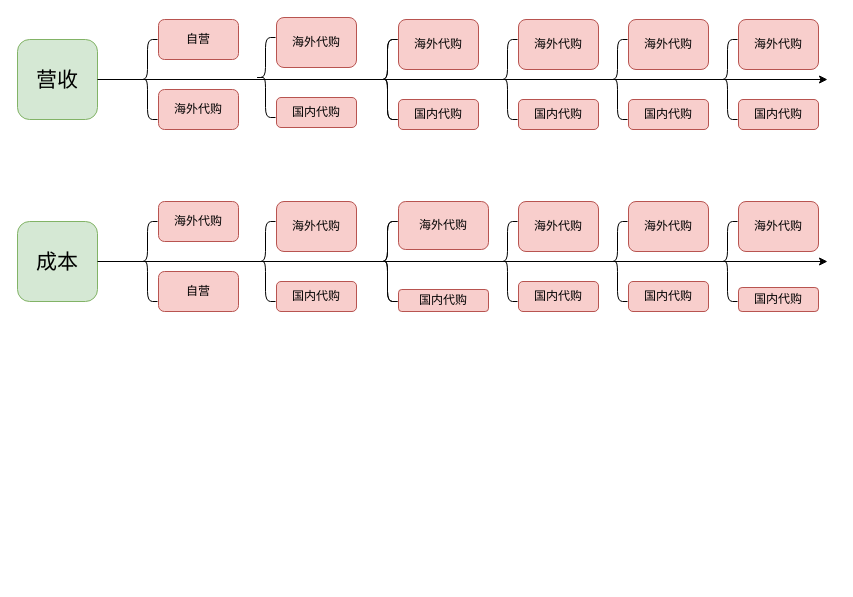
The draw.io diagram 3个指标变化.drawio in pidada/drawio-peter, before the edit. Source tidied: cells renumbered, new cells numbered last; positions are measured from the earlier drawing's top-left corner, leaving out a move shared by most shapes. Both pictures are drawn from the tidied source at 100%, with x=0, y=0 at pixel (17, 17).
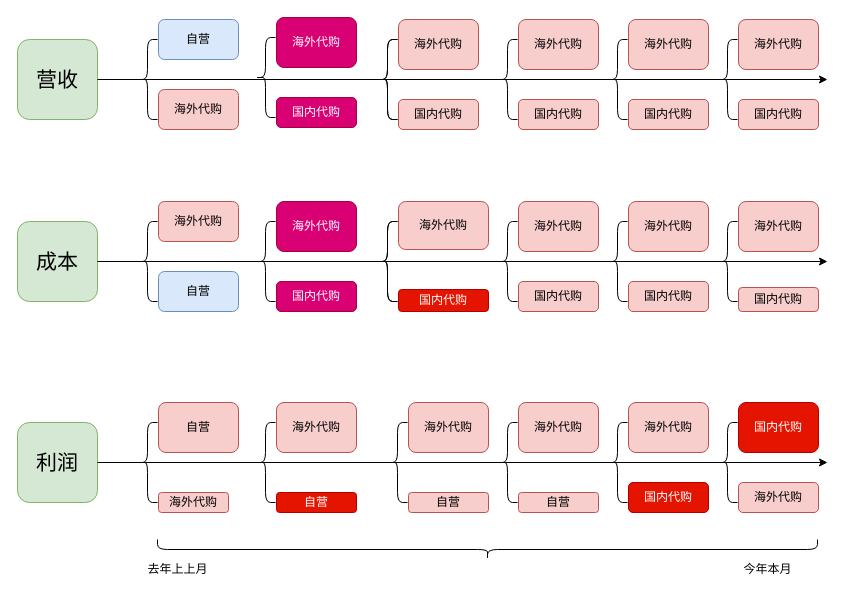
The same diagram, later.

Commit message:
Update 3个指标变化.drawio

The change refers to these unchanged cells:
```xml
<mxCell id="6" style="group;" parent="2" vertex="1">
  <mxGeometry x="120" y="2" width="101" height="110" as="geometry" />
</mxCell>
<mxCell id="12" style="group;" parent="11" vertex="1">
  <mxGeometry x="21" width="80" height="110" as="geometry" />
</mxCell>
<mxCell id="42" style="group;" parent="40" vertex="1">
  <mxGeometry x="21" width="80" height="110" as="geometry" />
</mxCell>
<mxCell id="46" style="group;" parent="45" vertex="1">
  <mxGeometry x="21" width="80" height="110" as="geometry" />
</mxCell>
<mxCell id="51" style="group;" parent="50" vertex="1">
  <mxGeometry x="21" width="90" height="110" as="geometry" />
</mxCell>
```

Diff of the diagram source:
```diff
@@
-    <mxCell id="8" style="group;" parent="6" vertex="1">
-      <mxGeometry x="21" width="80" height="110" as="geometry" />
-    </mxCell>
-    <mxCell id="9" value="自营" style="rounded=1;whiteSpace=wrap;html=1;fillColor=#f8cecc;strokeColor=#b85450;" parent="8" vertex="1">
-      <mxGeometry width="80" height="40" as="geometry" />
+    <mxCell id="9" value="自营" style="rounded=1;whiteSpace=wrap;html=1;fillColor=#dae8fc;strokeColor=#6c8ebf;" parent="6" vertex="1">
+      <mxGeometry x="21" width="80" height="40" as="geometry" />
     </mxCell>
-    <mxCell id="10" value="海外代购" style="rounded=1;whiteSpace=wrap;html=1;fillColor=#f8cecc;strokeColor=#b85450;" parent="8" vertex="1">
-      <mxGeometry y="70" width="80" height="40" as="geometry" />
+    <mxCell id="10" value="海外代购" style="rounded=1;whiteSpace=wrap;html=1;fillColor=#f8cecc;strokeColor=#b85450;" parent="6" vertex="1">
+      <mxGeometry x="21" y="70" width="80" height="40" as="geometry" />
     </mxCell>
@@
-    <mxCell id="13" value="海外代购" style="rounded=1;whiteSpace=wrap;html=1;fillColor=#f8cecc;strokeColor=#b85450;" parent="12" vertex="1">
+    <mxCell id="13" value="海外代购" style="rounded=1;whiteSpace=wrap;html=1;fillColor=#d80073;strokeColor=#A50040;fontColor=#ffffff;" parent="12" vertex="1">
       <mxGeometry width="80" height="50" as="geometry" />
     </mxCell>
-    <mxCell id="14" value="国内代购" style="rounded=1;whiteSpace=wrap;html=1;fillColor=#f8cecc;strokeColor=#b85450;" parent="12" vertex="1">
+    <mxCell id="14" value="国内代购" style="rounded=1;whiteSpace=wrap;html=1;fillColor=#d80073;strokeColor=#A50040;fontColor=#ffffff;" parent="12" vertex="1">
       <mxGeometry y="80" width="80" height="30" as="geometry" />
     </mxCell>
@@
-    <mxCell id="44" value="自营" style="rounded=1;whiteSpace=wrap;html=1;fillColor=#f8cecc;strokeColor=#b85450;" parent="42" vertex="1">
+    <mxCell id="44" value="自营" style="rounded=1;whiteSpace=wrap;html=1;fillColor=#dae8fc;strokeColor=#6c8ebf;" parent="42" vertex="1">
       <mxGeometry y="70" width="80" height="40" as="geometry" />
     </mxCell>
@@
-    <mxCell id="47" value="海外代购" style="rounded=1;whiteSpace=wrap;html=1;fillColor=#f8cecc;strokeColor=#b85450;" parent="46" vertex="1">
+    <mxCell id="47" value="海外代购" style="rounded=1;whiteSpace=wrap;html=1;fillColor=#d80073;strokeColor=#A50040;fontColor=#ffffff;" parent="46" vertex="1">
       <mxGeometry width="80" height="50" as="geometry" />
     </mxCell>
-    <mxCell id="48" value="国内代购" style="rounded=1;whiteSpace=wrap;html=1;fillColor=#f8cecc;strokeColor=#b85450;" parent="46" vertex="1">
+    <mxCell id="48" value="国内代购" style="rounded=1;whiteSpace=wrap;html=1;fillColor=#d80073;strokeColor=#A50040;fontColor=#ffffff;" parent="46" vertex="1">
       <mxGeometry y="80" width="80" height="30" as="geometry" />
     </mxCell>
@@
-    <mxCell id="53" value="国内代购" style="rounded=1;whiteSpace=wrap;html=1;fillColor=#f8cecc;strokeColor=#b85450;" parent="51" vertex="1">
+    <mxCell id="53" value="国内代购" style="rounded=1;whiteSpace=wrap;html=1;fillColor=#e51400;strokeColor=#B20000;fontColor=#ffffff;" parent="51" vertex="1">
       <mxGeometry y="88" width="90" height="22" as="geometry" />
     </mxCell>
@@
+    <mxCell id="70" style="group;" parent="1" vertex="1">
+      <mxGeometry y="383" width="810" height="112" as="geometry" />
+    </mxCell>
+    <mxCell id="71" value="&lt;span style=&quot;font-size: 21px&quot;&gt;利润&lt;/span&gt;" style="rounded=1;whiteSpace=wrap;html=1;fillColor=#d5e8d4;strokeColor=#82b366;" parent="70" vertex="1">
+      <mxGeometry y="22" width="80" height="80" as="geometry" />
+    </mxCell>
+    <mxCell id="72" style="endArrow=classic;html=1;exitX=1;exitY=0.5;exitDx=0;exitDy=0;" parent="70" edge="1" source="71">
+      <mxGeometry relative="1" as="geometry">
+        <mxPoint x="810" y="62" as="targetPoint" />
+      </mxGeometry>
+    </mxCell>
+    <mxCell id="73" style="group;" parent="70" vertex="1">
+      <mxGeometry x="120" y="2" width="111" height="110" as="geometry" />
+    </mxCell>
+    <mxCell id="74" style="shape=curlyBracket;whiteSpace=wrap;html=1;rounded=1;" parent="73" vertex="1">
+      <mxGeometry y="20" width="20" height="80" as="geometry" />
+    </mxCell>
+    <mxCell id="75" style="group;" parent="73" vertex="1">
+      <mxGeometry x="21" width="90" height="110" as="geometry" />
+    </mxCell>
+    <mxCell id="76" value="自营" style="rounded=1;whiteSpace=wrap;html=1;fillColor=#f8cecc;strokeColor=#b85450;" parent="75" vertex="1">
+      <mxGeometry width="80" height="50" as="geometry" />
+    </mxCell>
+    <mxCell id="77" value="海外代购" style="rounded=1;whiteSpace=wrap;html=1;fillColor=#f8cecc;strokeColor=#b85450;" parent="75" vertex="1">
+      <mxGeometry y="90" width="70" height="20" as="geometry" />
+    </mxCell>
+    <mxCell id="78" style="group;" parent="70" vertex="1">
+      <mxGeometry x="238" y="2" width="100" height="110" as="geometry" />
+    </mxCell>
+    <mxCell id="79" style="group;" parent="78" vertex="1">
+      <mxGeometry x="21" width="80" height="110" as="geometry" />
+    </mxCell>
+    <mxCell id="80" value="海外代购" style="rounded=1;whiteSpace=wrap;html=1;fillColor=#f8cecc;strokeColor=#b85450;" parent="79" vertex="1">
+      <mxGeometry width="80" height="50" as="geometry" />
+    </mxCell>
+    <mxCell id="81" value="自营" style="rounded=1;whiteSpace=wrap;html=1;fillColor=#e51400;strokeColor=#B20000;fontColor=#ffffff;" parent="79" vertex="1">
+      <mxGeometry y="90" width="80" height="20" as="geometry" />
+    </mxCell>
+    <mxCell id="82" style="shape=curlyBracket;whiteSpace=wrap;html=1;rounded=1;" parent="78" vertex="1">
+      <mxGeometry y="20" width="20" height="80" as="geometry" />
+    </mxCell>
+    <mxCell id="83" style="group;" parent="70" vertex="1">
+      <mxGeometry x="590" y="2" width="100" height="110" as="geometry" />
+    </mxCell>
+    <mxCell id="84" style="group;" parent="83" vertex="1">
+      <mxGeometry x="21" width="80" height="110" as="geometry" />
+    </mxCell>
+    <mxCell id="85" value="海外代购" style="rounded=1;whiteSpace=wrap;html=1;fillColor=#f8cecc;strokeColor=#b85450;" parent="84" vertex="1">
+      <mxGeometry width="80" height="50" as="geometry" />
+    </mxCell>
+    <mxCell id="86" value="国内代购" style="rounded=1;whiteSpace=wrap;html=1;fillColor=#e51400;strokeColor=#B20000;fontColor=#ffffff;" parent="84" vertex="1">
+      <mxGeometry y="80" width="80" height="30" as="geometry" />
+    </mxCell>
+    <mxCell id="87" style="shape=curlyBracket;whiteSpace=wrap;html=1;rounded=1;" parent="83" vertex="1">
+      <mxGeometry y="20" width="20" height="80" as="geometry" />
+    </mxCell>
+    <mxCell id="88" style="group;" parent="70" vertex="1">
+      <mxGeometry x="700" y="2" width="100" height="110" as="geometry" />
+    </mxCell>
+    <mxCell id="89" style="group;" parent="88" vertex="1">
+      <mxGeometry x="21" width="80" height="110" as="geometry" />
+    </mxCell>
+    <mxCell id="90" value="国内代购" style="rounded=1;whiteSpace=wrap;html=1;fillColor=#e51400;strokeColor=#B20000;fontColor=#ffffff;" parent="89" vertex="1">
+      <mxGeometry width="80" height="50" as="geometry" />
+    </mxCell>
+    <mxCell id="91" value="海外代购" style="rounded=1;whiteSpace=wrap;html=1;fillColor=#f8cecc;strokeColor=#b85450;" parent="89" vertex="1">
+      <mxGeometry y="80" width="80" height="30" as="geometry" />
+    </mxCell>
+    <mxCell id="92" style="shape=curlyBracket;whiteSpace=wrap;html=1;rounded=1;" parent="88" vertex="1">
+      <mxGeometry y="20" width="20" height="80" as="geometry" />
+    </mxCell>
+    <mxCell id="93" style="group;" parent="70" vertex="1">
+      <mxGeometry x="370" y="2" width="100" height="110" as="geometry" />
+    </mxCell>
+    <mxCell id="94" style="group;" parent="93" vertex="1">
+      <mxGeometry x="21" width="80" height="110" as="geometry" />
+    </mxCell>
+    <mxCell id="95" value="海外代购" style="rounded=1;whiteSpace=wrap;html=1;fillColor=#f8cecc;strokeColor=#b85450;" parent="94" vertex="1">
+      <mxGeometry width="80" height="50" as="geometry" />
+    </mxCell>
+    <mxCell id="96" value="自营" style="rounded=1;whiteSpace=wrap;html=1;fillColor=#f8cecc;strokeColor=#b85450;" parent="94" vertex="1">
+      <mxGeometry y="90" width="80" height="20" as="geometry" />
+    </mxCell>
+    <mxCell id="97" style="shape=curlyBracket;whiteSpace=wrap;html=1;rounded=1;" parent="93" vertex="1">
+      <mxGeometry y="20" width="20" height="80" as="geometry" />
+    </mxCell>
+    <mxCell id="98" style="group;" parent="70" vertex="1">
+      <mxGeometry x="480" y="2" width="100" height="110" as="geometry" />
+    </mxCell>
+    <mxCell id="99" style="group;" parent="98" vertex="1">
+      <mxGeometry x="21" width="80" height="110" as="geometry" />
+    </mxCell>
+    <mxCell id="100" value="海外代购" style="rounded=1;whiteSpace=wrap;html=1;fillColor=#f8cecc;strokeColor=#b85450;" parent="99" vertex="1">
+      <mxGeometry width="80" height="50" as="geometry" />
+    </mxCell>
+    <mxCell id="101" value="自营" style="rounded=1;whiteSpace=wrap;html=1;fillColor=#f8cecc;strokeColor=#b85450;" parent="99" vertex="1">
+      <mxGeometry y="90" width="80" height="20" as="geometry" />
+    </mxCell>
+    <mxCell id="102" style="shape=curlyBracket;whiteSpace=wrap;html=1;rounded=1;" parent="98" vertex="1">
+      <mxGeometry y="20" width="20" height="80" as="geometry" />
+    </mxCell>
+    <mxCell id="103" style="shape=curlyBracket;whiteSpace=wrap;html=1;rounded=1;flipH=1;fillColor=none;gradientColor=none;verticalAlign=top;rotation=90;" parent="1" vertex="1">
+      <mxGeometry x="460" y="202" width="20" height="660" as="geometry" />
+    </mxCell>
+    <mxCell id="104" value="去年上上月" style="text;html=1;align=center;verticalAlign=middle;strokeColor=none;" parent="1" vertex="1">
+      <mxGeometry x="120" y="542" width="80" height="20" as="geometry" />
+    </mxCell>
+    <mxCell id="105" value="今年本月" style="text;html=1;align=center;verticalAlign=middle;strokeColor=none;" parent="1" vertex="1">
+      <mxGeometry x="720" y="542" width="60" height="20" as="geometry" />
+    </mxCell>
```
